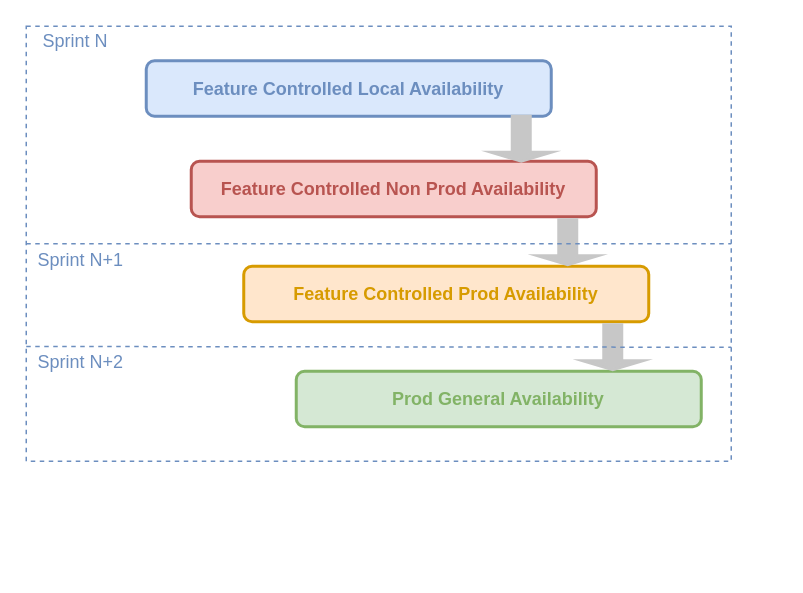
Before: Feature Flag Life Cycle.drawio in satis-pra/sp-draw.io-diagrams, a draw.io diagram. Source tidied: cells renumbered, new cells numbered last; positions are measured from the earlier drawing's top-left corner, leaving out a move shared by most shapes. Both pictures are drawn from the tidied source at 150%, with x=0, y=0 at pixel (26, 26).
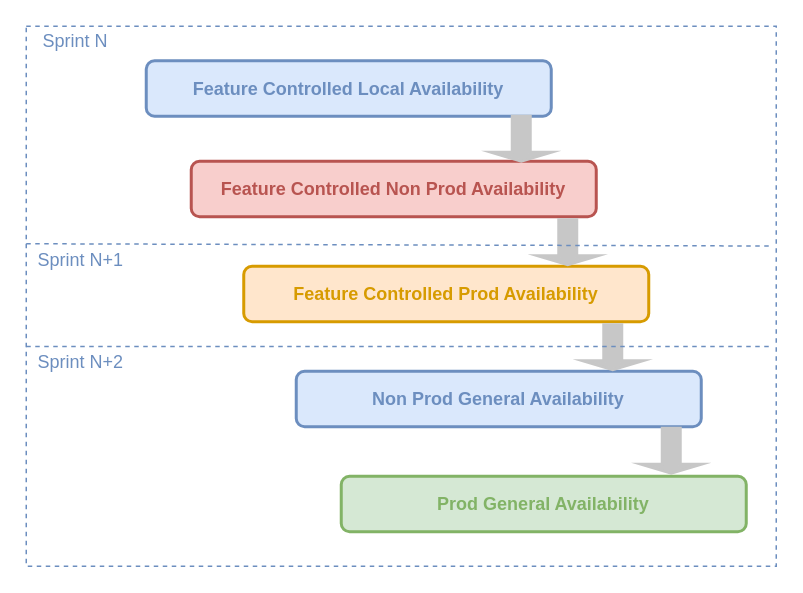
Above is the later version.

Change to the diagram source:
```diff
@@
 <mxGraphModel>
   <root>
     <mxCell id="0" />
     <mxCell id="1" parent="0" />
     <mxCell id="2" style="rounded=0;whiteSpace=wrap;html=1;strokeColor=#6c8ebf;fillColor=#FFFFFF;dashed=1;" parent="1" vertex="1">
-      <mxGeometry width="470" height="290" as="geometry" />
+      <mxGeometry width="500" height="360" as="geometry" />
     </mxCell>
     <mxCell id="3" value="&lt;font color=&quot;#6c8ebf&quot;&gt;Sprint N&lt;/font&gt;" style="text;html=1;strokeColor=none;fillColor=none;align=center;verticalAlign=middle;whiteSpace=wrap;rounded=0;dashed=1;" parent="1" vertex="1">
       <mxGeometry x="3" width="60" height="20" as="geometry" />
     </mxCell>
     <mxCell id="4" value="&lt;font color=&quot;#6c8ebf&quot;&gt;&lt;b&gt;Feature Controlled Local Availability&lt;/b&gt;&lt;/font&gt;" style="rounded=1;whiteSpace=wrap;html=1;fillColor=#dae8fc;strokeWidth=2;strokeColor=#6c8ebf;" parent="1" vertex="1">
       <mxGeometry x="80" y="23" width="270" height="37" as="geometry" />
     </mxCell>
     <mxCell id="5" value="&lt;b&gt;&lt;font color=&quot;#b85450&quot;&gt;Feature Controlled Non Prod Availability&lt;/font&gt;&lt;/b&gt;" style="rounded=1;whiteSpace=wrap;html=1;fillColor=#f8cecc;strokeWidth=2;strokeColor=#b85450;" parent="1" vertex="1">
       <mxGeometry x="110" y="90" width="270" height="37" as="geometry" />
     </mxCell>
     <mxCell id="6" style="shape=singleArrow;direction=south;whiteSpace=wrap;html=1;strokeWidth=2;fontColor=#333333;fillColor=#C7C7C7;strokeColor=#C7C7C7;" parent="1" vertex="1">
       <mxGeometry x="310" y="60" width="40" height="30" as="geometry" />
     </mxCell>
     <mxCell id="7" value="&lt;b&gt;&lt;font color=&quot;#d79b00&quot;&gt;Feature Controlled Prod Availability&lt;/font&gt;&lt;/b&gt;" style="rounded=1;whiteSpace=wrap;html=1;fillColor=#ffe6cc;strokeWidth=2;strokeColor=#d79b00;" parent="1" vertex="1">
       <mxGeometry x="145" y="160" width="270" height="37" as="geometry" />
     </mxCell>
     <mxCell id="8" style="shape=singleArrow;direction=south;whiteSpace=wrap;html=1;strokeWidth=2;fontColor=#333333;fillColor=#C7C7C7;strokeColor=#C7C7C7;" parent="1" vertex="1">
       <mxGeometry x="341" y="129" width="40" height="30" as="geometry" />
     </mxCell>
-    <mxCell id="9" style="endArrow=none;dashed=1;html=1;exitX=0;exitY=0.5;exitDx=0;exitDy=0;strokeColor=#6C8EBF;" parent="1" edge="1">
+    <mxCell id="9" style="endArrow=none;dashed=1;html=1;exitX=0;exitY=0.5;exitDx=0;exitDy=0;strokeColor=#6C8EBF;entryX=0.996;entryY=0.407;entryDx=0;entryDy=0;entryPerimeter=0;" parent="1" edge="1" target="2">
       <mxGeometry relative="1" as="geometry">
         <mxPoint y="145" as="sourcePoint" />
-        <mxPoint x="470" y="145" as="targetPoint" />
       </mxGeometry>
     </mxCell>
     <mxCell id="10" value="&lt;font color=&quot;#6c8ebf&quot;&gt;Sprint N+1&lt;/font&gt;" style="text;html=1;strokeColor=none;fillColor=none;align=center;verticalAlign=middle;whiteSpace=wrap;rounded=0;dashed=1;" parent="1" vertex="1">
       <mxGeometry x="3" y="146" width="67" height="20" as="geometry" />
     </mxCell>
     <mxCell id="11" value="&lt;font color=&quot;#6c8ebf&quot;&gt;Sprint N+2&lt;/font&gt;" style="text;html=1;strokeColor=none;fillColor=none;align=center;verticalAlign=middle;whiteSpace=wrap;rounded=0;dashed=1;" parent="1" vertex="1">
       <mxGeometry x="3" y="214" width="67" height="20" as="geometry" />
     </mxCell>
-    <mxCell id="12" value="&lt;b&gt;&lt;font color=&quot;#82b366&quot;&gt;Prod General Availability&lt;/font&gt;&lt;/b&gt;" style="rounded=1;whiteSpace=wrap;html=1;fillColor=#d5e8d4;strokeWidth=2;strokeColor=#82b366;" parent="1" vertex="1">
+    <mxCell id="12" value="&lt;b&gt;&lt;font color=&quot;#6c8ebf&quot;&gt;Non Prod General Availability&lt;/font&gt;&lt;/b&gt;" style="rounded=1;whiteSpace=wrap;html=1;fillColor=#dae8fc;strokeWidth=2;strokeColor=#6c8ebf;" parent="1" vertex="1">
       <mxGeometry x="180" y="230" width="270" height="37" as="geometry" />
     </mxCell>
     <mxCell id="13" style="shape=singleArrow;direction=south;whiteSpace=wrap;html=1;strokeWidth=2;fontColor=#333333;fillColor=#C7C7C7;strokeColor=#C7C7C7;" parent="1" vertex="1">
       <mxGeometry x="371" y="199" width="40" height="30" as="geometry" />
     </mxCell>
-    <mxCell id="14" style="endArrow=none;dashed=1;html=1;exitX=0;exitY=0.5;exitDx=0;exitDy=0;strokeColor=#6C8EBF;" parent="1" edge="1">
+    <mxCell id="14" style="endArrow=none;dashed=1;html=1;exitX=0;exitY=0.5;exitDx=0;exitDy=0;strokeColor=#6C8EBF;entryX=0.996;entryY=0.593;entryDx=0;entryDy=0;entryPerimeter=0;" parent="1" edge="1" target="2">
       <mxGeometry relative="1" as="geometry">
         <mxPoint y="213.5" as="sourcePoint" />
-        <mxPoint x="470" y="214" as="targetPoint" />
       </mxGeometry>
     </mxCell>
+    <mxCell id="15" value="&lt;b&gt;&lt;font color=&quot;#82b366&quot;&gt;Prod General Availability&lt;/font&gt;&lt;/b&gt;" style="rounded=1;whiteSpace=wrap;html=1;fillColor=#d5e8d4;strokeWidth=2;strokeColor=#82b366;" parent="1" vertex="1">
+      <mxGeometry x="210" y="300" width="270" height="37" as="geometry" />
+    </mxCell>
+    <mxCell id="16" style="shape=singleArrow;direction=south;whiteSpace=wrap;html=1;strokeWidth=2;fontColor=#333333;fillColor=#C7C7C7;strokeColor=#C7C7C7;" parent="1" vertex="1">
+      <mxGeometry x="410" y="268" width="40" height="30" as="geometry" />
+    </mxCell>
   </root>
 </mxGraphModel>
```
